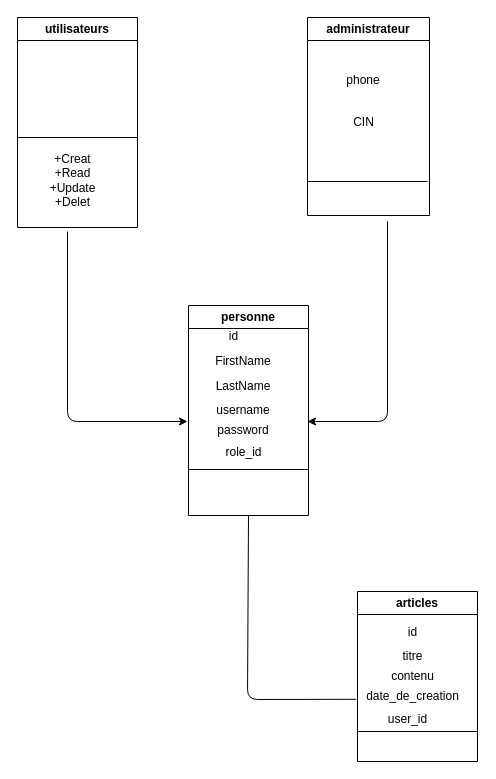
Earlier version of the draw.io diagram articl.drawio (AmeksaKhadija/YouArticles). Source tidied: cells renumbered, new cells numbered last; positions are measured from the earlier drawing's top-left corner, leaving out a move shared by most shapes. Both pictures are drawn from the tidied source at 100%, with x=0, y=0 at pixel (17, 17).
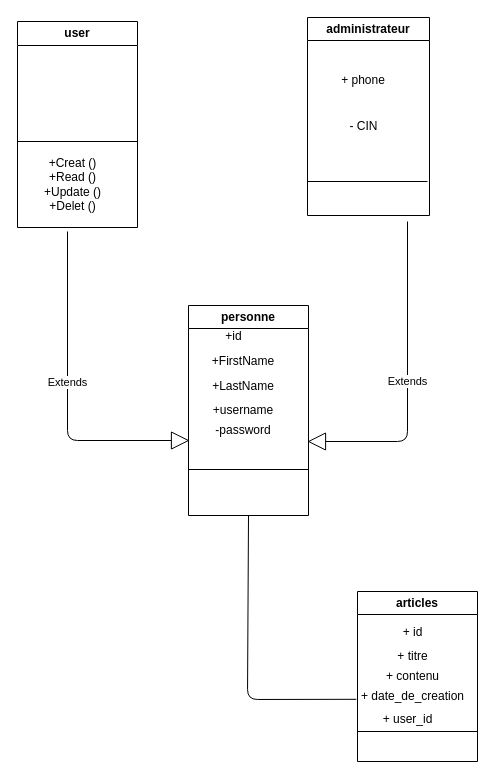
Above is the later version.

The change refers to these unchanged cells:
```xml
<mxCell id="5" value="administrateur" style="swimlane;whiteSpace=wrap;html=1;" parent="1" vertex="1">
  <mxGeometry x="290" width="122" height="198" as="geometry" />
</mxCell>
<mxCell id="9" value="personne" style="swimlane;whiteSpace=wrap;html=1;" parent="1" vertex="1">
  <mxGeometry x="171" y="288" width="120" height="210" as="geometry" />
</mxCell>
<mxCell id="17" value="articles" style="swimlane;whiteSpace=wrap;html=1;" parent="1" vertex="1">
  <mxGeometry x="340" y="574" width="120" height="170" as="geometry" />
</mxCell>
```

Change to the diagram source:
```diff
@@
-    <mxCell id="2" value="utilisateurs" style="swimlane;whiteSpace=wrap;html=1;" parent="1" vertex="1">
-      <mxGeometry width="120" height="210" as="geometry" />
+    <mxCell id="2" value="user" style="swimlane;whiteSpace=wrap;html=1;startSize=24;" parent="1" vertex="1">
+      <mxGeometry y="4" width="120" height="206" as="geometry" />
     </mxCell>
@@
-    <mxCell id="4" value="+Creat&lt;br&gt;+Read&lt;br&gt;+Update&lt;br&gt;+Delet" style="text;html=1;align=center;verticalAlign=middle;strokeColor=none;fillColor=none;" parent="2" vertex="1">
-      <mxGeometry x="20" y="128" width="70" height="70" as="geometry" />
+    <mxCell id="4" value="+Creat ()&lt;br&gt;+Read ()&lt;br&gt;+Update ()&lt;br&gt;+Delet ()" style="text;html=1;align=center;verticalAlign=middle;strokeColor=none;fillColor=none;" parent="2" vertex="1">
+      <mxGeometry x="15" y="128" width="80" height="70" as="geometry" />
     </mxCell>
@@
-    <mxCell id="6" value="&lt;div style=&quot;direction: rtl;&quot;&gt;&lt;span style=&quot;background-color: initial;&quot;&gt;phone&lt;/span&gt;&lt;/div&gt;" style="text;html=1;strokeColor=none;fillColor=none;align=center;verticalAlign=middle;whiteSpace=wrap;rounded=0;" parent="5" vertex="1">
+    <mxCell id="6" value="&lt;div style=&quot;direction: rtl;&quot;&gt;&lt;span style=&quot;background-color: initial;&quot;&gt;phone +&lt;/span&gt;&lt;/div&gt;" style="text;html=1;strokeColor=none;fillColor=none;align=center;verticalAlign=middle;whiteSpace=wrap;rounded=0;" parent="5" vertex="1">
       <mxGeometry x="26" y="48" width="60" height="30" as="geometry" />
     </mxCell>
-    <mxCell id="7" value="CIN" style="text;html=1;align=center;verticalAlign=middle;strokeColor=none;fillColor=none;" parent="5" vertex="1">
-      <mxGeometry x="36" y="90" width="40" height="30" as="geometry" />
+    <mxCell id="7" value="- CIN" style="text;html=1;align=center;verticalAlign=middle;strokeColor=none;fillColor=none;" parent="5" vertex="1">
+      <mxGeometry x="31" y="94" width="50" height="30" as="geometry" />
     </mxCell>
@@
-    <mxCell id="10" value="id&lt;br&gt;" style="text;html=1;align=center;verticalAlign=middle;strokeColor=none;fillColor=none;" parent="9" vertex="1">
-      <mxGeometry x="30" y="16" width="30" height="30" as="geometry" />
+    <mxCell id="10" value="+id" style="text;html=1;align=center;verticalAlign=middle;strokeColor=none;fillColor=none;" parent="9" vertex="1">
+      <mxGeometry x="25" y="16" width="40" height="30" as="geometry" />
     </mxCell>
-    <mxCell id="11" value="&lt;span style=&quot;&quot;&gt;FirstName&lt;/span&gt;" style="text;html=1;strokeColor=none;fillColor=none;align=center;verticalAlign=middle;whiteSpace=wrap;rounded=0;" parent="9" vertex="1">
+    <mxCell id="11" value="&lt;span style=&quot;&quot;&gt;+FirstName&lt;/span&gt;" style="text;html=1;strokeColor=none;fillColor=none;align=center;verticalAlign=middle;whiteSpace=wrap;rounded=0;" parent="9" vertex="1">
       <mxGeometry x="25" y="41" width="60" height="30" as="geometry" />
     </mxCell>
-    <mxCell id="12" value="&lt;span style=&quot;&quot;&gt;LastName&lt;/span&gt;" style="text;html=1;strokeColor=none;fillColor=none;align=center;verticalAlign=middle;whiteSpace=wrap;rounded=0;" parent="9" vertex="1">
+    <mxCell id="12" value="&lt;span style=&quot;&quot;&gt;+LastName&lt;/span&gt;" style="text;html=1;strokeColor=none;fillColor=none;align=center;verticalAlign=middle;whiteSpace=wrap;rounded=0;" parent="9" vertex="1">
       <mxGeometry x="25" y="66" width="60" height="30" as="geometry" />
     </mxCell>
-    <mxCell id="13" value="&lt;span style=&quot;&quot;&gt;username&lt;/span&gt;" style="text;html=1;strokeColor=none;fillColor=none;align=center;verticalAlign=middle;whiteSpace=wrap;rounded=0;" parent="9" vertex="1">
+    <mxCell id="13" value="&lt;span style=&quot;&quot;&gt;+username&lt;/span&gt;" style="text;html=1;strokeColor=none;fillColor=none;align=center;verticalAlign=middle;whiteSpace=wrap;rounded=0;" parent="9" vertex="1">
       <mxGeometry x="25" y="90" width="60" height="30" as="geometry" />
     </mxCell>
-    <mxCell id="14" value="&lt;span style=&quot;&quot;&gt;password&lt;/span&gt;" style="text;html=1;strokeColor=none;fillColor=none;align=center;verticalAlign=middle;whiteSpace=wrap;rounded=0;" parent="9" vertex="1">
+    <mxCell id="14" value="&lt;span style=&quot;&quot;&gt;-password&lt;/span&gt;" style="text;html=1;strokeColor=none;fillColor=none;align=center;verticalAlign=middle;whiteSpace=wrap;rounded=0;" parent="9" vertex="1">
       <mxGeometry x="25" y="110" width="60" height="30" as="geometry" />
     </mxCell>
-    <mxCell id="15" value="role_id" style="text;html=1;align=center;verticalAlign=middle;strokeColor=none;fillColor=none;" parent="9" vertex="1">
-      <mxGeometry x="25" y="132" width="60" height="30" as="geometry" />
-    </mxCell>
@@
-    <mxCell id="19" value="titre" style="text;html=1;align=center;verticalAlign=middle;strokeColor=none;fillColor=none;" parent="17" vertex="1">
-      <mxGeometry x="35" y="50" width="40" height="30" as="geometry" />
+    <mxCell id="19" value="+ titre" style="text;html=1;align=center;verticalAlign=middle;strokeColor=none;fillColor=none;" parent="17" vertex="1">
+      <mxGeometry x="30" y="50" width="50" height="30" as="geometry" />
     </mxCell>
-    <mxCell id="20" value="id" style="text;html=1;align=center;verticalAlign=middle;strokeColor=none;fillColor=none;" parent="17" vertex="1">
-      <mxGeometry x="40" y="26" width="30" height="30" as="geometry" />
+    <mxCell id="20" value="+ id" style="text;html=1;align=center;verticalAlign=middle;strokeColor=none;fillColor=none;" parent="17" vertex="1">
+      <mxGeometry x="35" y="26" width="40" height="30" as="geometry" />
     </mxCell>
-    <mxCell id="21" value="contenu" style="text;html=1;align=center;verticalAlign=middle;strokeColor=none;fillColor=none;" parent="17" vertex="1">
-      <mxGeometry x="20" y="70" width="70" height="30" as="geometry" />
+    <mxCell id="21" value="+ contenu" style="text;html=1;align=center;verticalAlign=middle;strokeColor=none;fillColor=none;" parent="17" vertex="1">
+      <mxGeometry x="15" y="70" width="80" height="30" as="geometry" />
     </mxCell>
-    <mxCell id="22" value="date_de_creation" style="text;html=1;align=center;verticalAlign=middle;strokeColor=none;fillColor=none;" parent="17" vertex="1">
-      <mxGeometry x="-5" y="90" width="120" height="30" as="geometry" />
+    <mxCell id="22" value="+ date_de_creation" style="text;html=1;align=center;verticalAlign=middle;strokeColor=none;fillColor=none;" parent="17" vertex="1">
+      <mxGeometry x="-10" y="90" width="130" height="30" as="geometry" />
     </mxCell>
-    <mxCell id="23" style="endArrow=classic;html=1;" parent="1" edge="1">
-      <mxGeometry relative="1" as="geometry">
-        <mxPoint x="50" y="214" as="sourcePoint" />
-        <mxPoint x="170" y="404" as="targetPoint" />
-        <Array as="points">
-          <mxPoint x="50" y="404" />
-        </Array>
-      </mxGeometry>
-    </mxCell>
-    <mxCell id="24" style="endArrow=classic;html=1;" parent="1" edge="1">
-      <mxGeometry relative="1" as="geometry">
-        <mxPoint x="370" y="204" as="sourcePoint" />
-        <mxPoint x="290" y="404" as="targetPoint" />
-        <Array as="points">
-          <mxPoint x="370" y="404" />
-        </Array>
-      </mxGeometry>
-    </mxCell>
@@
-    <mxCell id="26" value="user_id" style="text;html=1;align=center;verticalAlign=middle;strokeColor=none;fillColor=none;" parent="1" vertex="1">
-      <mxGeometry x="360" y="687" width="60" height="30" as="geometry" />
+    <mxCell id="26" value="+ user_id" style="text;html=1;align=center;verticalAlign=middle;strokeColor=none;fillColor=none;" parent="1" vertex="1">
+      <mxGeometry x="355" y="687" width="70" height="30" as="geometry" />
     </mxCell>
+    <mxCell id="27" value="Extends" style="endArrow=block;endSize=16;endFill=0;html=1;" parent="1" edge="1">
+      <mxGeometry x="-0.09" relative="1" as="geometry">
+        <mxPoint x="50" y="214" as="sourcePoint" />
+        <mxPoint x="172" y="423" as="targetPoint" />
+        <Array as="points">
+          <mxPoint x="50" y="423" />
+        </Array>
+      </mxGeometry>
+    </mxCell>
+    <mxCell id="28" value="Extends" style="endArrow=block;endSize=16;endFill=0;html=1;" parent="1" edge="1">
+      <mxGeometry relative="1" as="geometry">
+        <mxPoint x="390" y="204" as="sourcePoint" />
+        <mxPoint x="290" y="424" as="targetPoint" />
+        <Array as="points">
+          <mxPoint x="390" y="424" />
+        </Array>
+      </mxGeometry>
+    </mxCell>
```
